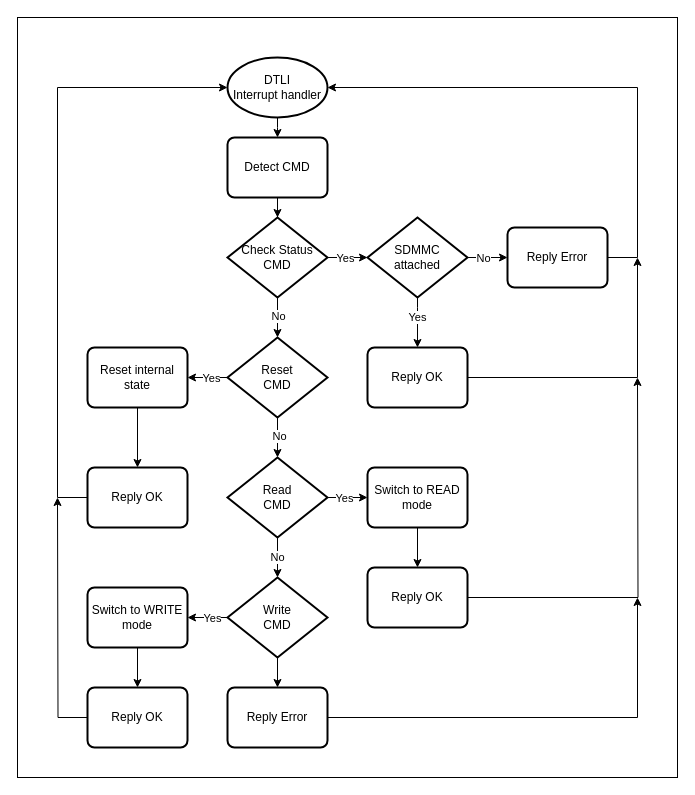
The draw.io diagram page "Initial Mode" (2 of 3) of doc/design.drawio in artemkorobko/sm2m-sdmmc, before the edit. Source tidied: cells renumbered, new cells numbered last; positions are measured from the earlier drawing's top-left corner, leaving out a move shared by most shapes. Both pictures are drawn from the tidied source at 100%, with x=0, y=0 at pixel (17, 17).
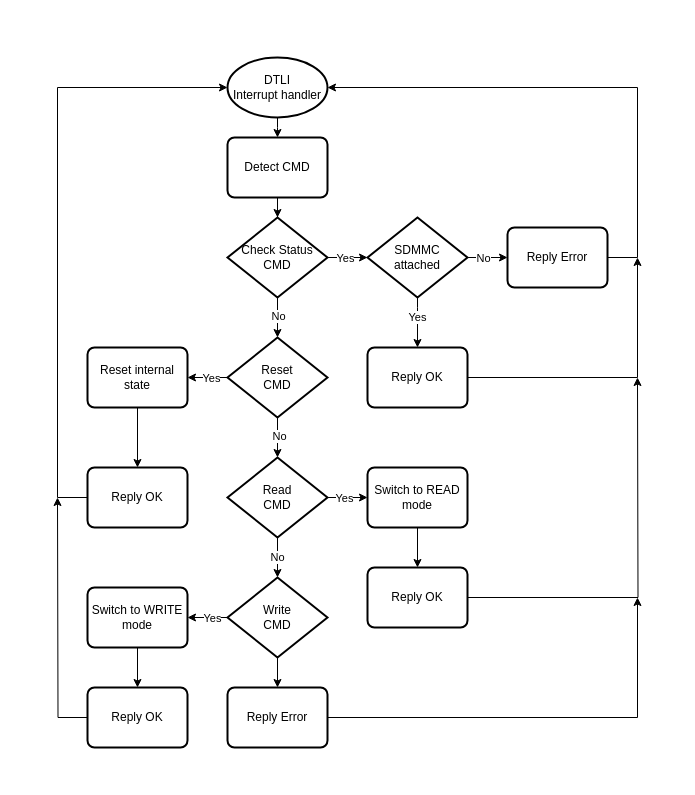
The same page after the edit.

The edit, as a diff of the source:
```diff
@@
-    <mxCell id="2" style="rounded=0;whiteSpace=wrap;html=1;glass=0;" parent="1" vertex="1">
-      <mxGeometry width="660" height="760" as="geometry" />
-    </mxCell>
```
